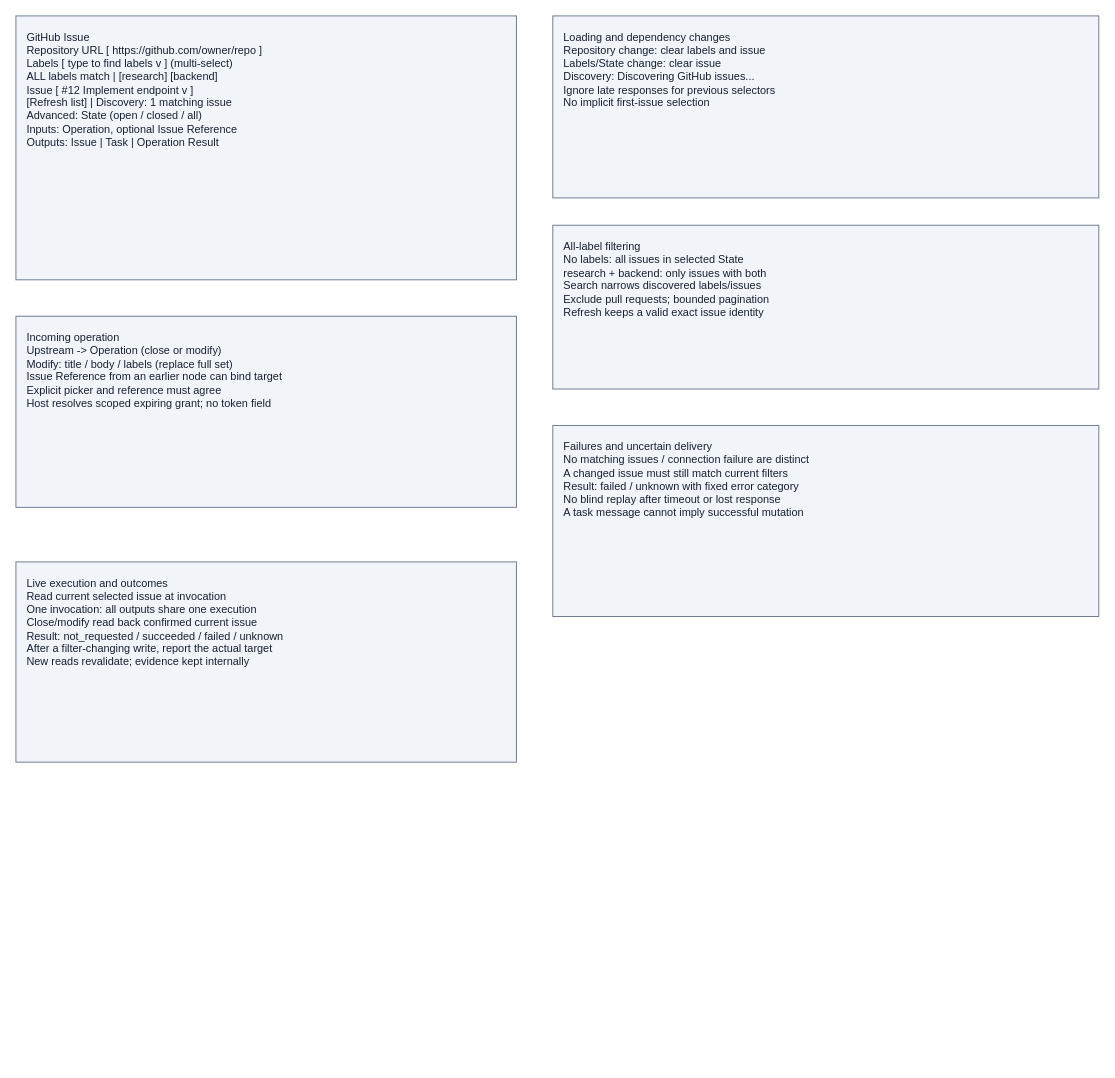
Above: projects/laomedo/subsystems/issue-integration/design/github-issue-node.drawio in amadou-6e/specs (draw.io), before the change. Source tidied: cells renumbered, new cells numbered last; positions are measured from the earlier drawing's top-left corner, leaving out a move shared by most shapes. Both pictures are drawn from the tidied source at 91%, with x=0, y=0 at pixel (15, 15).
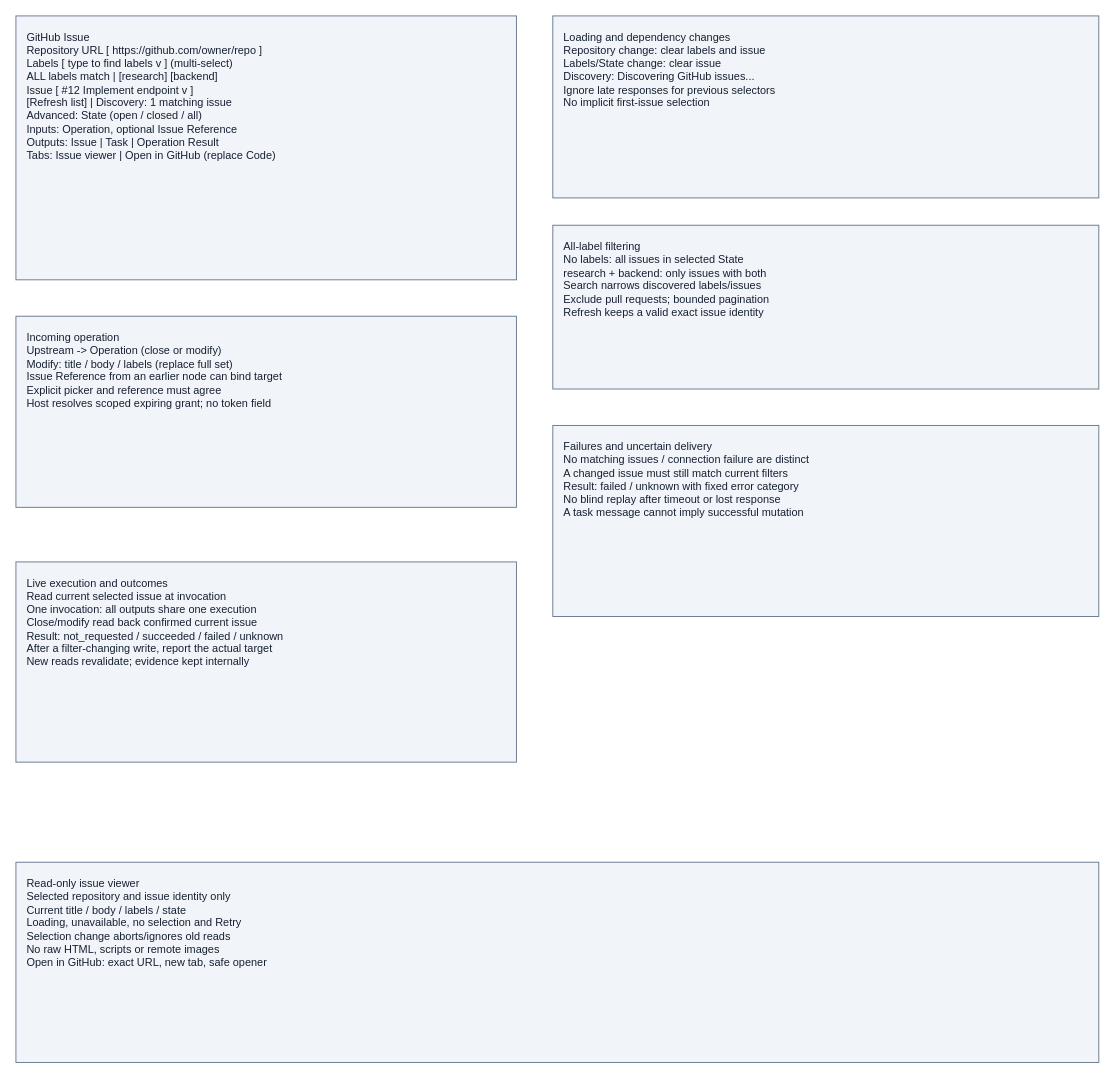
After the change.

Commit message (it also covers changes not shown here):
docs: specify issue inspection tabs and approved operation demo (#376)

Diff of the diagram source:
```diff
@@
 <mxGraphModel>
   <root>
     <mxCell id="0" />
     <mxCell id="1" parent="0" />
-    <mxCell id="2" value="GitHub Issue&#10;Repository URL [ https://github.com/owner/repo ]&#10;Labels [ type to find labels v ] (multi-select)&#10;ALL labels match | [research] [backend]&#10;Issue [ #12 Implement endpoint                 v ]&#10;[Refresh list] | Discovery: 1 matching issue&#10;Advanced: State (open / closed / all)&#10;Inputs: Operation, optional Issue Reference&#10;Outputs: Issue | Task | Operation Result" style="rounded=0;whiteSpace=wrap;html=0;align=left;verticalAlign=top;spacing=12;fillColor=#f1f5f9;strokeColor=#64748b;fontColor=#172033;" parent="1" vertex="1">
+    <mxCell id="2" value="GitHub Issue&#10;Repository URL [ https://github.com/owner/repo ]&#10;Labels [ type to find labels v ] (multi-select)&#10;ALL labels match | [research] [backend]&#10;Issue [ #12 Implement endpoint                 v ]&#10;[Refresh list] | Discovery: 1 matching issue&#10;Advanced: State (open / closed / all)&#10;Inputs: Operation, optional Issue Reference&#10;Outputs: Issue | Task | Operation Result&#10;Tabs: Issue viewer | Open in GitHub (replace Code)" style="rounded=0;whiteSpace=wrap;html=0;align=left;verticalAlign=top;spacing=12;fillColor=#f1f5f9;strokeColor=#64748b;fontColor=#172033;" parent="1" vertex="1">
       <mxGeometry width="550" height="290" as="geometry" />
     </mxCell>
     <mxCell id="3" value="Loading and dependency changes&#10;Repository change: clear labels and issue&#10;Labels/State change: clear issue&#10;Discovery: Discovering GitHub issues...&#10;Ignore late responses for previous selectors&#10;No implicit first-issue selection" style="rounded=0;whiteSpace=wrap;html=0;align=left;verticalAlign=top;spacing=12;fillColor=#f1f5f9;strokeColor=#64748b;fontColor=#172033;" parent="1" vertex="1">
       <mxGeometry x="590" width="600" height="200" as="geometry" />
     </mxCell>
     <mxCell id="4" value="All-label filtering&#10;No labels: all issues in selected State&#10;research + backend: only issues with both&#10;Search narrows discovered labels/issues&#10;Exclude pull requests; bounded pagination&#10;Refresh keeps a valid exact issue identity" style="rounded=0;whiteSpace=wrap;html=0;align=left;verticalAlign=top;spacing=12;fillColor=#f1f5f9;strokeColor=#64748b;fontColor=#172033;" parent="1" vertex="1">
       <mxGeometry x="590" y="230" width="600" height="180" as="geometry" />
     </mxCell>
     <mxCell id="5" value="Incoming operation&#10;Upstream -&gt; Operation (close or modify)&#10;Modify: title / body / labels (replace full set)&#10;Issue Reference from an earlier node can bind target&#10;Explicit picker and reference must agree&#10;Host resolves scoped expiring grant; no token field" style="rounded=0;whiteSpace=wrap;html=0;align=left;verticalAlign=top;spacing=12;fillColor=#f1f5f9;strokeColor=#64748b;fontColor=#172033;" parent="1" vertex="1">
       <mxGeometry y="330" width="550" height="210" as="geometry" />
     </mxCell>
     <mxCell id="6" value="Failures and uncertain delivery&#10;No matching issues / connection failure are distinct&#10;A changed issue must still match current filters&#10;Result: failed / unknown with fixed error category&#10;No blind replay after timeout or lost response&#10;A task message cannot imply successful mutation" style="rounded=0;whiteSpace=wrap;html=0;align=left;verticalAlign=top;spacing=12;fillColor=#f1f5f9;strokeColor=#64748b;fontColor=#172033;" parent="1" vertex="1">
       <mxGeometry x="590" y="450" width="600" height="210" as="geometry" />
     </mxCell>
     <mxCell id="7" value="Live execution and outcomes&#10;Read current selected issue at invocation&#10;One invocation: all outputs share one execution&#10;Close/modify read back confirmed current issue&#10;Result: not_requested / succeeded / failed / unknown&#10;After a filter-changing write, report the actual target&#10;New reads revalidate; evidence kept internally" style="rounded=0;whiteSpace=wrap;html=0;align=left;verticalAlign=top;spacing=12;fillColor=#f1f5f9;strokeColor=#64748b;fontColor=#172033;" parent="1" vertex="1">
       <mxGeometry y="600" width="550" height="220" as="geometry" />
     </mxCell>
+    <mxCell id="8" value="Read-only issue viewer&#10;Selected repository and issue identity only&#10;Current title / body / labels / state&#10;Loading, unavailable, no selection and Retry&#10;Selection change aborts/ignores old reads&#10;No raw HTML, scripts or remote images&#10;Open in GitHub: exact URL, new tab, safe opener" style="rounded=0;whiteSpace=wrap;html=0;align=left;verticalAlign=top;spacing=12;fillColor=#f1f5f9;strokeColor=#64748b;fontColor=#172033;" parent="1" vertex="1">
+      <mxGeometry y="930" width="1190" height="220" as="geometry" />
+    </mxCell>
   </root>
 </mxGraphModel>
```
